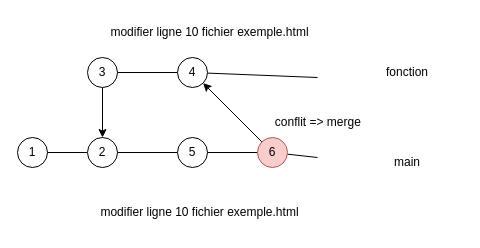
Above: jour2/03-conflit.drawio in webdevproformation/demo-github (draw.io), before the change. Source tidied: cells renumbered, new cells numbered last; positions are measured from the earlier drawing's top-left corner, leaving out a move shared by most shapes. Both pictures are drawn from the tidied source at 100%, with x=0, y=0 at pixel (17, 17).
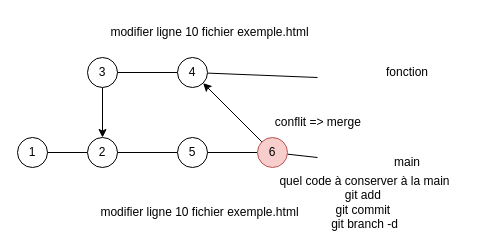
The same page after the edit.

Commit message:
explication conflit et gestion

Diff of the diagram source:
```diff
@@
+    <mxCell id="23" value="quel code à conserver à la main&lt;br&gt;git add&amp;nbsp;&lt;br&gt;git commit&amp;nbsp;&lt;br&gt;git branch -d" style="text;html=1;strokeColor=none;fillColor=none;align=center;verticalAlign=middle;whiteSpace=wrap;rounded=0;" parent="1" vertex="1">
+      <mxGeometry x="250" y="170" width="195" height="30" as="geometry" />
+    </mxCell>
```
